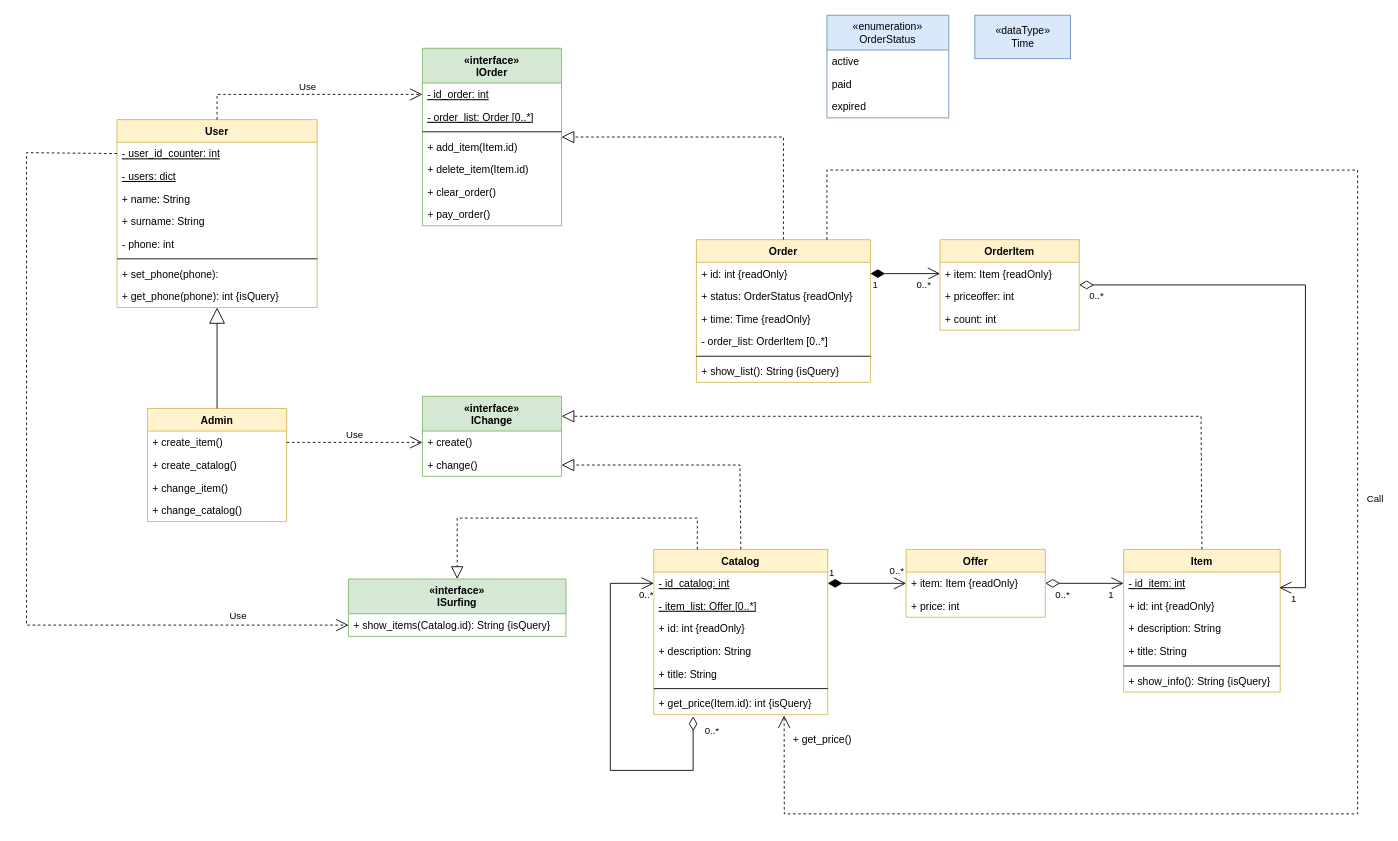
This is shop.drawio from KolyanPWNZ/30_lesson, a draw.io file, before an edit. Source tidied: cells renumbered, new cells numbered last; positions are measured from the earlier drawing's top-left corner, leaving out a move shared by most shapes. Both pictures are drawn from the tidied source at 87%, with x=0, y=0 at pixel (26, 15).
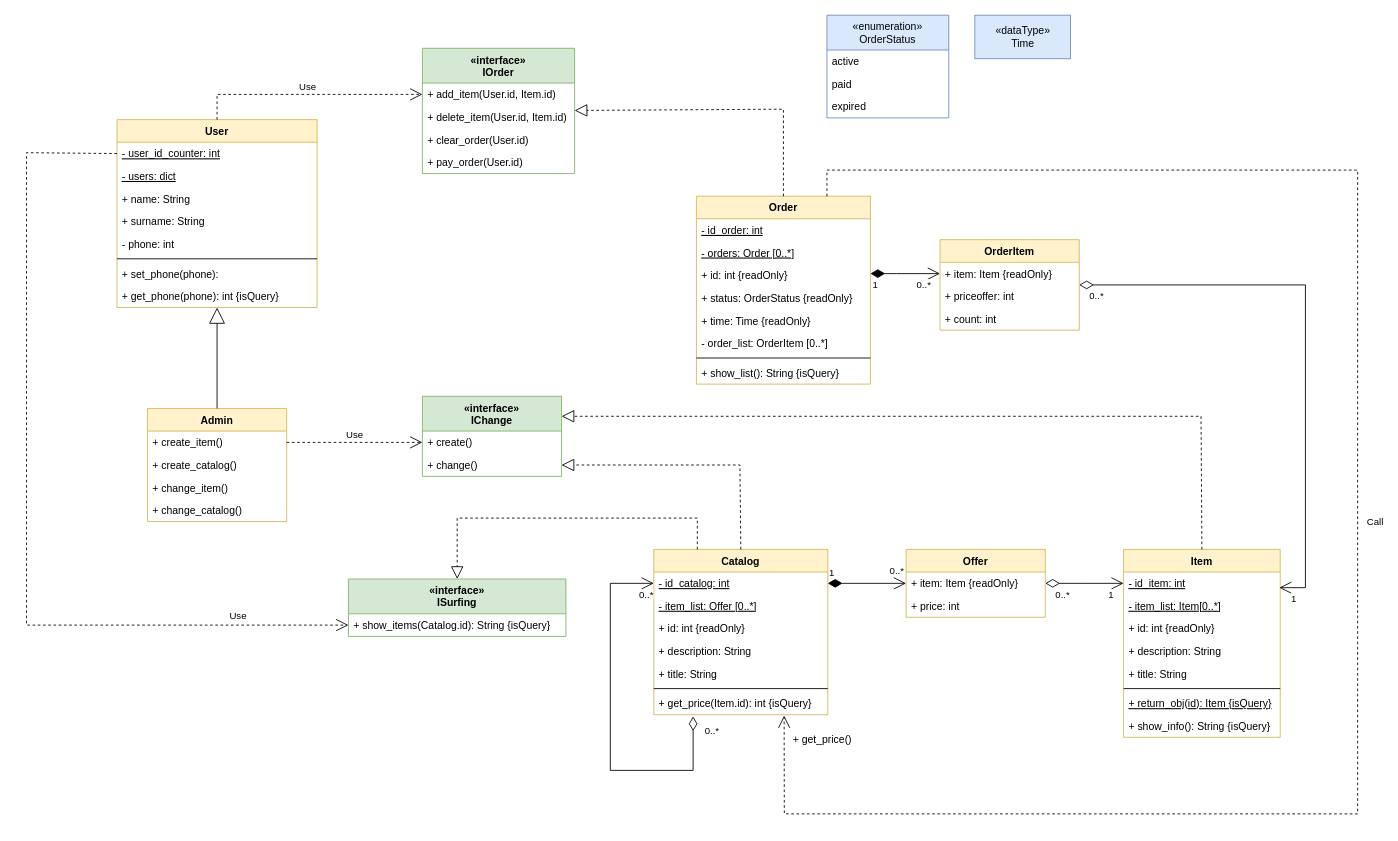
After the change.

The change refers to these unchanged cells:
```xml
<mxCell id="2" value="User" style="swimlane;fontStyle=1;align=center;verticalAlign=top;horizontal=1;startSize=26;fillColor=#fff2cc;strokeColor=#d6b656;" parent="1" vertex="1">
  <mxGeometry x="104" y="120" width="230" height="216" as="geometry" />
</mxCell>
<mxCell id="43" value="+ item: Item {readOnly}" style="text;strokeColor=none;fillColor=none;align=left;verticalAlign=top;spacingLeft=4;spacingRight=4;overflow=hidden;points=[[0,0.5],[1,0.5]];portConstraint=eastwest;" parent="42" vertex="1">
  <mxGeometry y="26" width="160" height="26" as="geometry" />
</mxCell>
```

Change to the diagram source:
```diff
@@
     <mxCell id="17" value="Order" style="swimlane;fontStyle=1;align=center;verticalAlign=top;horizontal=1;startSize=26;fillColor=#fff2cc;strokeColor=#d6b656;" parent="1" vertex="1">
-      <mxGeometry x="770" y="258" width="200" height="164" as="geometry" />
+      <mxGeometry x="770" y="208" width="200" height="216" as="geometry" />
     </mxCell>
+    <mxCell id="53" value="- id_order: int" style="text;strokeColor=none;fillColor=none;align=left;verticalAlign=top;spacingLeft=4;spacingRight=4;overflow=hidden;points=[[0,0.5],[1,0.5]];portConstraint=eastwest;fontStyle=4;" parent="17" vertex="1">
+      <mxGeometry y="26" width="200" height="26" as="geometry" />
+    </mxCell>
+    <mxCell id="87" value="- orders: Order [0..*]" style="text;strokeColor=none;fillColor=none;align=left;verticalAlign=top;spacingLeft=4;spacingRight=4;overflow=hidden;fontStyle=4;" parent="17" vertex="1">
+      <mxGeometry y="52" width="200" height="26" as="geometry" />
+    </mxCell>
     <mxCell id="18" value="+ id: int {readOnly}" style="text;strokeColor=none;fillColor=none;align=left;verticalAlign=top;spacingLeft=4;spacingRight=4;overflow=hidden;points=[[0,0.5],[1,0.5]];portConstraint=eastwest;" parent="17" vertex="1">
-      <mxGeometry y="26" width="200" height="26" as="geometry" />
+      <mxGeometry y="78" width="200" height="26" as="geometry" />
     </mxCell>
     <mxCell id="19" value="+ status: OrderStatus {readOnly}" style="text;strokeColor=none;fillColor=none;align=left;verticalAlign=top;spacingLeft=4;spacingRight=4;overflow=hidden;" parent="17" vertex="1">
-      <mxGeometry y="52" width="200" height="26" as="geometry" />
+      <mxGeometry y="104" width="200" height="26" as="geometry" />
     </mxCell>
     <mxCell id="20" value="+ time: Time {readOnly}" style="text;strokeColor=none;fillColor=none;align=left;verticalAlign=top;spacingLeft=4;spacingRight=4;overflow=hidden;" parent="17" vertex="1">
-      <mxGeometry y="78" width="200" height="26" as="geometry" />
+      <mxGeometry y="130" width="200" height="26" as="geometry" />
     </mxCell>
     <mxCell id="21" value="- order_list: OrderItem [0..*]" style="text;strokeColor=none;fillColor=none;align=left;verticalAlign=top;spacingLeft=4;spacingRight=4;overflow=hidden;" parent="17" vertex="1">
-      <mxGeometry y="104" width="200" height="26" as="geometry" />
+      <mxGeometry y="156" width="200" height="26" as="geometry" />
     </mxCell>
     <mxCell id="22" style="line;strokeWidth=1;fillColor=none;align=left;verticalAlign=middle;spacingTop=-1;spacingLeft=3;spacingRight=3;labelPosition=right;" parent="17" vertex="1">
-      <mxGeometry y="130" width="200" height="8" as="geometry" />
+      <mxGeometry y="182" width="200" height="8" as="geometry" />
     </mxCell>
     <mxCell id="23" value="+ show_list(): String {isQuery}" style="text;strokeColor=none;fillColor=none;align=left;verticalAlign=top;spacingLeft=4;spacingRight=4;overflow=hidden;" parent="17" vertex="1">
-      <mxGeometry y="138" width="200" height="26" as="geometry" />
+      <mxGeometry y="190" width="200" height="26" as="geometry" />
     </mxCell>
     <mxCell id="24" value="Item" style="swimlane;fontStyle=1;align=center;verticalAlign=top;horizontal=1;startSize=26;fillColor=#fff2cc;strokeColor=#d6b656;" parent="1" vertex="1">
-      <mxGeometry x="1261" y="614" width="180" height="164" as="geometry" />
+      <mxGeometry x="1261" y="614" width="180" height="216" as="geometry" />
     </mxCell>
@@
+    <mxCell id="88" value="- item_list: Item[0..*]" style="text;strokeColor=none;fillColor=none;align=left;verticalAlign=top;spacingLeft=4;spacingRight=4;overflow=hidden;fontStyle=4;" parent="24" vertex="1">
+      <mxGeometry y="52" width="180" height="26" as="geometry" />
+    </mxCell>
     <mxCell id="26" value="+ id: int {readOnly}" style="text;strokeColor=none;fillColor=none;align=left;verticalAlign=top;spacingLeft=4;spacingRight=4;overflow=hidden;" parent="24" vertex="1">
-      <mxGeometry y="52" width="180" height="26" as="geometry" />
+      <mxGeometry y="78" width="180" height="26" as="geometry" />
     </mxCell>
     <mxCell id="27" value="+ description: String" style="text;strokeColor=none;fillColor=none;align=left;verticalAlign=top;spacingLeft=4;spacingRight=4;overflow=hidden;" parent="24" vertex="1">
-      <mxGeometry y="78" width="180" height="26" as="geometry" />
+      <mxGeometry y="104" width="180" height="26" as="geometry" />
     </mxCell>
     <mxCell id="28" value="+ title: String" style="text;strokeColor=none;fillColor=none;align=left;verticalAlign=top;spacingLeft=4;spacingRight=4;overflow=hidden;fontStyle=0;" parent="24" vertex="1">
-      <mxGeometry y="104" width="180" height="26" as="geometry" />
+      <mxGeometry y="130" width="180" height="26" as="geometry" />
     </mxCell>
     <mxCell id="29" style="line;strokeWidth=1;fillColor=none;align=left;verticalAlign=middle;spacingTop=-1;spacingLeft=3;spacingRight=3;labelPosition=right;" parent="24" vertex="1">
-      <mxGeometry y="130" width="180" height="8" as="geometry" />
+      <mxGeometry y="156" width="180" height="8" as="geometry" />
     </mxCell>
+    <mxCell id="89" value="+ return_obj(id): Item {isQuery}" style="text;strokeColor=none;fillColor=none;align=left;verticalAlign=top;spacingLeft=4;spacingRight=4;overflow=hidden;fontStyle=4;" parent="24" vertex="1">
+      <mxGeometry y="164" width="180" height="26" as="geometry" />
+    </mxCell>
     <mxCell id="30" value="+ show_info(): String {isQuery}" style="text;strokeColor=none;fillColor=none;align=left;verticalAlign=top;spacingLeft=4;spacingRight=4;overflow=hidden;" parent="24" vertex="1">
-      <mxGeometry y="138" width="180" height="26" as="geometry" />
+      <mxGeometry y="190" width="180" height="26" as="geometry" />
     </mxCell>
@@
-    <mxCell id="46" style="endArrow=open;html=1;endSize=12;startArrow=diamondThin;startSize=14;startFill=1;edgeStyle=orthogonalEdgeStyle;rounded=0;exitX=1;exitY=0.5;exitDx=0;exitDy=0;entryX=0;entryY=0.5;entryDx=0;entryDy=0;" parent="1" edge="1" source="18" target="43">
-      <mxGeometry relative="1" as="geometry" />
+    <mxCell id="46" style="endArrow=open;html=1;endSize=12;startArrow=diamondThin;startSize=14;startFill=1;edgeStyle=orthogonalEdgeStyle;rounded=0;entryX=0;entryY=0.5;entryDx=0;entryDy=0;" parent="1" edge="1" target="43">
+      <mxGeometry relative="1" as="geometry">
+        <mxPoint x="970" y="297" as="sourcePoint" />
+        <Array as="points">
+          <mxPoint x="1000" y="297" />
+          <mxPoint x="1000" y="297" />
+        </Array>
+      </mxGeometry>
     </mxCell>
@@
     <mxCell id="52" value="«interface»&#10;IOrder" style="swimlane;fontStyle=1;align=center;verticalAlign=top;horizontal=1;startSize=40;fillColor=#d5e8d4;strokeColor=#82b366;" parent="1" vertex="1">
-      <mxGeometry x="455" y="38" width="160" height="204" as="geometry" />
+      <mxGeometry x="455" y="38" width="175" height="144" as="geometry" />
     </mxCell>
-    <mxCell id="53" value="- id_order: int" style="text;strokeColor=none;fillColor=none;align=left;verticalAlign=top;spacingLeft=4;spacingRight=4;overflow=hidden;points=[[0,0.5],[1,0.5]];portConstraint=eastwest;fontStyle=4;" parent="52" vertex="1">
-      <mxGeometry y="40" width="160" height="26" as="geometry" />
-    </mxCell>
-    <mxCell id="54" value="- order_list: Order [0..*]" style="text;strokeColor=none;fillColor=none;align=left;verticalAlign=top;spacingLeft=4;spacingRight=4;overflow=hidden;fontStyle=4;" parent="52" vertex="1">
-      <mxGeometry y="66" width="160" height="26" as="geometry" />
-    </mxCell>
-    <mxCell id="55" style="line;strokeWidth=1;fillColor=none;align=left;verticalAlign=middle;spacingTop=-1;spacingLeft=3;spacingRight=3;labelPosition=right;" parent="52" vertex="1">
-      <mxGeometry y="92" width="160" height="8" as="geometry" />
-    </mxCell>
-    <mxCell id="56" value="+ add_item(Item.id)" style="text;strokeColor=none;fillColor=none;align=left;verticalAlign=top;spacingLeft=4;spacingRight=4;overflow=hidden;" parent="52" vertex="1">
-      <mxGeometry y="100" width="160" height="26" as="geometry" />
+    <mxCell id="56" value="+ add_item(User.id, Item.id)" style="text;strokeColor=none;fillColor=none;align=left;verticalAlign=top;spacingLeft=4;spacingRight=4;overflow=hidden;" parent="52" vertex="1">
+      <mxGeometry y="40" width="175" height="26" as="geometry" />
     </mxCell>
-    <mxCell id="57" value="+ delete_item(Item.id)" style="text;strokeColor=none;fillColor=none;align=left;verticalAlign=top;spacingLeft=4;spacingRight=4;overflow=hidden;" parent="52" vertex="1">
-      <mxGeometry y="126" width="160" height="26" as="geometry" />
+    <mxCell id="57" value="+ delete_item(User.id, Item.id)" style="text;strokeColor=none;fillColor=none;align=left;verticalAlign=top;spacingLeft=4;spacingRight=4;overflow=hidden;" parent="52" vertex="1">
+      <mxGeometry y="66" width="175" height="26" as="geometry" />
     </mxCell>
-    <mxCell id="58" value="+ clear_order()" style="text;strokeColor=none;fillColor=none;align=left;verticalAlign=top;spacingLeft=4;spacingRight=4;overflow=hidden;" parent="52" vertex="1">
-      <mxGeometry y="152" width="160" height="26" as="geometry" />
+    <mxCell id="58" value="+ clear_order(User.id)" style="text;strokeColor=none;fillColor=none;align=left;verticalAlign=top;spacingLeft=4;spacingRight=4;overflow=hidden;" parent="52" vertex="1">
+      <mxGeometry y="92" width="175" height="26" as="geometry" />
     </mxCell>
-    <mxCell id="59" value="+ pay_order()" style="text;strokeColor=none;fillColor=none;align=left;verticalAlign=top;spacingLeft=4;spacingRight=4;overflow=hidden;" parent="52" vertex="1">
-      <mxGeometry y="178" width="160" height="26" as="geometry" />
+    <mxCell id="59" value="+ pay_order(User.id)" style="text;strokeColor=none;fillColor=none;align=left;verticalAlign=top;spacingLeft=4;spacingRight=4;overflow=hidden;" parent="52" vertex="1">
+      <mxGeometry y="118" width="175" height="26" as="geometry" />
     </mxCell>
-    <mxCell id="60" value="Use" style="endArrow=open;endSize=12;dashed=1;html=1;rounded=0;entryX=0;entryY=0.5;entryDx=0;entryDy=0;exitX=0.5;exitY=0;exitDx=0;exitDy=0;verticalAlign=bottom;" parent="1" edge="1" source="2" target="53">
+    <mxCell id="60" value="Use" style="endArrow=open;endSize=12;dashed=1;html=1;rounded=0;entryX=0;entryY=0.5;entryDx=0;entryDy=0;exitX=0.5;exitY=0;exitDx=0;exitDy=0;verticalAlign=bottom;" parent="1" edge="1" source="2">
       <mxGeometry relative="1" as="geometry">
+        <mxPoint x="455" y="91" as="targetPoint" />
         <Array as="points">
           <mxPoint x="219" y="91" />
         </Array>
       </mxGeometry>
     </mxCell>
     <mxCell id="61" style="endArrow=block;dashed=1;endFill=0;endSize=12;html=1;rounded=0;exitX=0.5;exitY=0;exitDx=0;exitDy=0;" parent="1" edge="1" source="17" target="52">
       <mxGeometry relative="1" as="geometry">
         <Array as="points">
-          <mxPoint x="870" y="140" />
+          <mxPoint x="870" y="108" />
         </Array>
       </mxGeometry>
     </mxCell>
```
